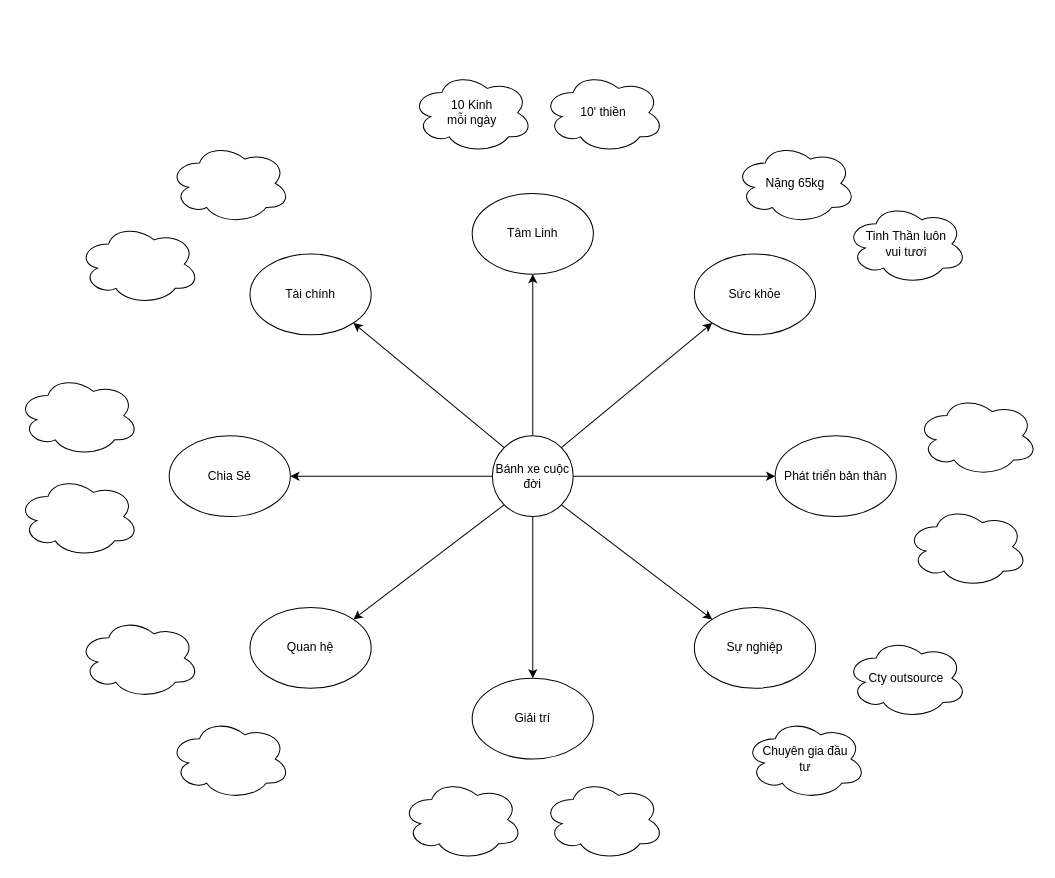
Above: page "Tổng quát" (1 of 2) of FlowOfLife.drawio in pinestran/transferfiles (draw.io), before the change. Source tidied: cells renumbered, new cells numbered last; positions are measured from the earlier drawing's top-left corner, leaving out a move shared by most shapes. Both pictures are drawn from the tidied source at 101%, with x=0, y=0 at pixel (17, 72).
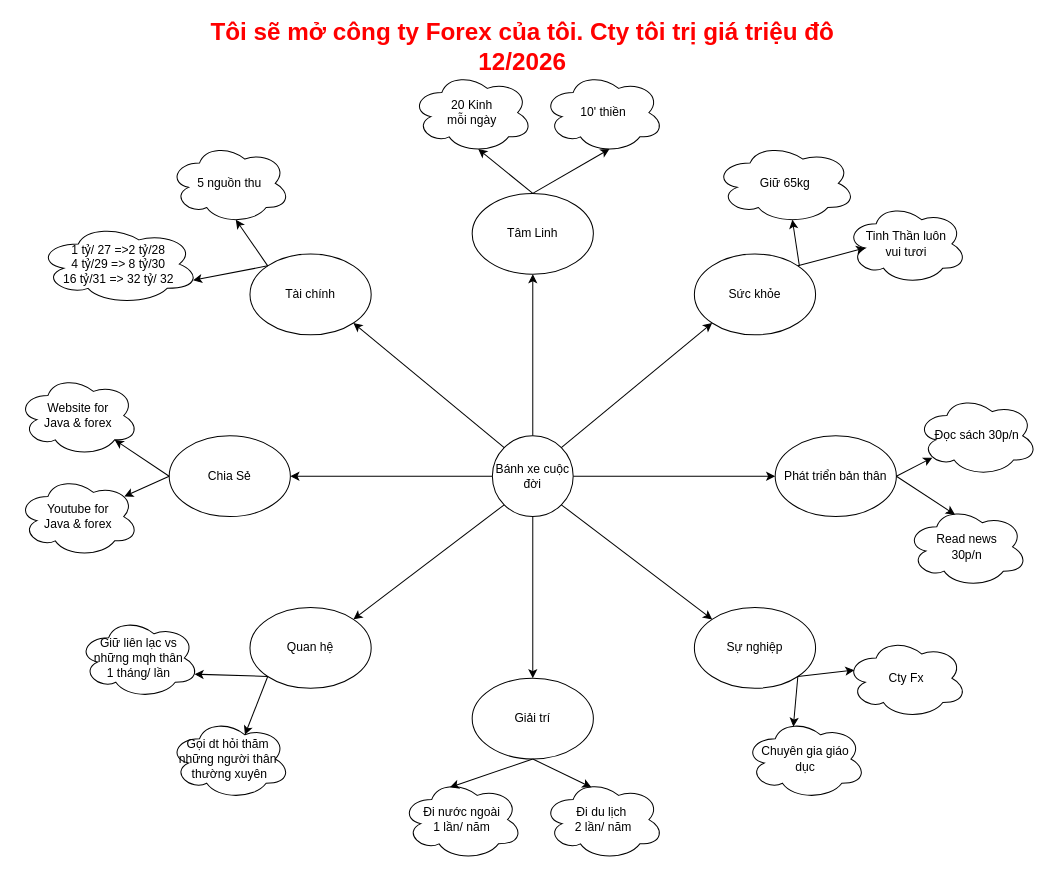
After the change.

The change refers to these unchanged cells:
```xml
<mxCell id="7" value="Phát triển bản thân" style="ellipse;whiteSpace=wrap;html=1;" parent="1" vertex="1">
  <mxGeometry x="750" y="360" width="120" height="80" as="geometry" />
</mxCell>
<mxCell id="8" value="Sức khỏe" style="ellipse;whiteSpace=wrap;html=1;" parent="1" vertex="1">
  <mxGeometry x="670" y="180" width="120" height="80" as="geometry" />
</mxCell>
<mxCell id="9" value="Tâm Linh" style="ellipse;whiteSpace=wrap;html=1;" parent="1" vertex="1">
  <mxGeometry x="450" y="120" width="120" height="80" as="geometry" />
</mxCell>
<mxCell id="10" value="Tài chính" style="ellipse;whiteSpace=wrap;html=1;" parent="1" vertex="1">
  <mxGeometry x="230" y="180" width="120" height="80" as="geometry" />
</mxCell>
<mxCell id="11" value="Chia Sẻ" style="ellipse;whiteSpace=wrap;html=1;" parent="1" vertex="1">
  <mxGeometry x="150" y="360" width="120" height="80" as="geometry" />
</mxCell>
<mxCell id="12" value="Quan hệ" style="ellipse;whiteSpace=wrap;html=1;" parent="1" vertex="1">
  <mxGeometry x="230" y="530" width="120" height="80" as="geometry" />
</mxCell>
<mxCell id="13" value="Giải trí" style="ellipse;whiteSpace=wrap;html=1;" parent="1" vertex="1">
  <mxGeometry x="450" y="600" width="120" height="80" as="geometry" />
</mxCell>
<mxCell id="14" value="Sự nghiệp" style="ellipse;whiteSpace=wrap;html=1;" parent="1" vertex="1">
  <mxGeometry x="670" y="530" width="120" height="80" as="geometry" />
</mxCell>
<mxCell id="20" value="10' thiền" style="ellipse;shape=cloud;whiteSpace=wrap;html=1;" parent="1" vertex="1">
  <mxGeometry x="520" width="120" height="80" as="geometry" />
</mxCell>
<mxCell id="21" value="Tinh Thần luôn&lt;br&gt;vui tươi" style="ellipse;shape=cloud;whiteSpace=wrap;html=1;" parent="1" vertex="1">
  <mxGeometry x="820" y="130" width="120" height="80" as="geometry" />
</mxCell>
```

What changed in the source:
```diff
@@
-    <mxCell id="19" value="10 Kinh &lt;br&gt;mỗi ngày" style="ellipse;shape=cloud;whiteSpace=wrap;html=1;" parent="1" vertex="1">
+    <mxCell id="19" value="20&amp;nbsp;Kinh &lt;br&gt;mỗi ngày" style="ellipse;shape=cloud;whiteSpace=wrap;html=1;" parent="1" vertex="1">
       <mxGeometry x="390" width="120" height="80" as="geometry" />
     </mxCell>
@@
-    <mxCell id="22" value="Nặng 65kg" style="ellipse;shape=cloud;whiteSpace=wrap;html=1;" parent="1" vertex="1">
-      <mxGeometry x="710" y="70" width="120" height="80" as="geometry" />
+    <mxCell id="22" value="Giữ 65kg" style="ellipse;shape=cloud;whiteSpace=wrap;html=1;" parent="1" vertex="1">
+      <mxGeometry x="690" y="70" width="140" height="80" as="geometry" />
     </mxCell>
-    <mxCell id="23" style="ellipse;shape=cloud;whiteSpace=wrap;html=1;" parent="1" vertex="1">
+    <mxCell id="23" value="Read news &lt;br&gt;30p/n" style="ellipse;shape=cloud;whiteSpace=wrap;html=1;" parent="1" vertex="1">
       <mxGeometry x="880" y="430" width="120" height="80" as="geometry" />
     </mxCell>
-    <mxCell id="24" style="ellipse;shape=cloud;whiteSpace=wrap;html=1;" parent="1" vertex="1">
+    <mxCell id="24" value="Đọc sách 30p/n&lt;br&gt;" style="ellipse;shape=cloud;whiteSpace=wrap;html=1;" parent="1" vertex="1">
       <mxGeometry x="890" y="320" width="120" height="80" as="geometry" />
     </mxCell>
-    <mxCell id="25" value="Chuyên gia đầu &lt;br&gt;tư" style="ellipse;shape=cloud;whiteSpace=wrap;html=1;" parent="1" vertex="1">
+    <mxCell id="25" value="Chuyên gia giáo &lt;br&gt;dục" style="ellipse;shape=cloud;whiteSpace=wrap;html=1;" parent="1" vertex="1">
       <mxGeometry x="720" y="640" width="120" height="80" as="geometry" />
     </mxCell>
-    <mxCell id="26" value="Cty outsource" style="ellipse;shape=cloud;whiteSpace=wrap;html=1;" parent="1" vertex="1">
+    <mxCell id="26" value="Cty Fx" style="ellipse;shape=cloud;whiteSpace=wrap;html=1;" parent="1" vertex="1">
       <mxGeometry x="820" y="560" width="120" height="80" as="geometry" />
     </mxCell>
-    <mxCell id="27" style="ellipse;shape=cloud;whiteSpace=wrap;html=1;" parent="1" vertex="1">
+    <mxCell id="27" value="Đi nước ngoài&lt;br&gt;1 lần/ năm" style="ellipse;shape=cloud;whiteSpace=wrap;html=1;" parent="1" vertex="1">
       <mxGeometry x="380" y="700" width="120" height="80" as="geometry" />
     </mxCell>
-    <mxCell id="28" style="ellipse;shape=cloud;whiteSpace=wrap;html=1;" parent="1" vertex="1">
+    <mxCell id="28" value="Đi du lịch&amp;nbsp;&lt;br&gt;2 lần/ năm" style="ellipse;shape=cloud;whiteSpace=wrap;html=1;" parent="1" vertex="1">
       <mxGeometry x="520" y="700" width="120" height="80" as="geometry" />
     </mxCell>
-    <mxCell id="29" style="ellipse;shape=cloud;whiteSpace=wrap;html=1;" parent="1" vertex="1">
+    <mxCell id="29" value="Giữ liên lạc vs&lt;br&gt;những mqh thân&lt;br&gt;1 tháng/ lần" style="ellipse;shape=cloud;whiteSpace=wrap;html=1;" parent="1" vertex="1">
       <mxGeometry x="60" y="540" width="120" height="80" as="geometry" />
     </mxCell>
-    <mxCell id="30" style="ellipse;shape=cloud;whiteSpace=wrap;html=1;" parent="1" vertex="1">
+    <mxCell id="30" value="Gọi dt hỏi thăm&amp;nbsp;&lt;br&gt;những người thân&amp;nbsp;&lt;br&gt;thường xuyên" style="ellipse;shape=cloud;whiteSpace=wrap;html=1;" parent="1" vertex="1">
       <mxGeometry x="150" y="640" width="120" height="80" as="geometry" />
     </mxCell>
-    <mxCell id="31" style="ellipse;shape=cloud;whiteSpace=wrap;html=1;" parent="1" vertex="1">
+    <mxCell id="31" value="Website for&lt;br&gt;Java &amp;amp; forex" style="ellipse;shape=cloud;whiteSpace=wrap;html=1;" parent="1" vertex="1">
       <mxGeometry y="300" width="120" height="80" as="geometry" />
     </mxCell>
-    <mxCell id="32" style="ellipse;shape=cloud;whiteSpace=wrap;html=1;" parent="1" vertex="1">
+    <mxCell id="32" value="Youtube for&lt;br&gt;Java &amp;amp; forex" style="ellipse;shape=cloud;whiteSpace=wrap;html=1;" parent="1" vertex="1">
       <mxGeometry y="400" width="120" height="80" as="geometry" />
     </mxCell>
-    <mxCell id="33" style="ellipse;shape=cloud;whiteSpace=wrap;html=1;" parent="1" vertex="1">
+    <mxCell id="33" value="5 nguồn thu" style="ellipse;shape=cloud;whiteSpace=wrap;html=1;" parent="1" vertex="1">
       <mxGeometry x="150" y="70" width="120" height="80" as="geometry" />
     </mxCell>
-    <mxCell id="34" style="ellipse;shape=cloud;whiteSpace=wrap;html=1;" parent="1" vertex="1">
-      <mxGeometry x="60" y="150" width="120" height="80" as="geometry" />
+    <mxCell id="34" value="1 tỷ/ 27 =&amp;gt;2 tỷ/28&lt;br&gt;4 tỷ/29 =&amp;gt; 8 tỷ/30&lt;br&gt;16 tỷ/31 =&amp;gt; 32 tỷ/ 32" style="ellipse;shape=cloud;whiteSpace=wrap;html=1;" parent="1" vertex="1">
+      <mxGeometry x="20" y="150" width="160" height="80" as="geometry" />
     </mxCell>
+    <mxCell id="35" value="&lt;b&gt;&lt;font style=&quot;font-size: 24px&quot; color=&quot;#ff0000&quot;&gt;Tôi sẽ mở công ty Forex của tôi. Cty tôi trị giá triệu đô&lt;br&gt;12/2026&lt;br&gt;&lt;/font&gt;&lt;/b&gt;" style="text;html=1;strokeColor=none;fillColor=none;align=center;verticalAlign=middle;whiteSpace=wrap;rounded=0;" parent="1" vertex="1">
+      <mxGeometry x="100" y="-40" width="800" height="30" as="geometry" />
+    </mxCell>
+    <mxCell id="36" style="endArrow=classic;html=1;rounded=0;fontSize=18;fontColor=#FF0000;exitX=0.5;exitY=0;exitDx=0;exitDy=0;entryX=0.55;entryY=0.95;entryDx=0;entryDy=0;entryPerimeter=0;" parent="1" edge="1" source="9" target="19">
+      <mxGeometry relative="1" as="geometry" />
+    </mxCell>
+    <mxCell id="37" style="endArrow=classic;html=1;rounded=0;fontSize=18;fontColor=#FF0000;exitX=0.5;exitY=0;exitDx=0;exitDy=0;entryX=0.55;entryY=0.95;entryDx=0;entryDy=0;entryPerimeter=0;" parent="1" edge="1" source="9" target="20">
+      <mxGeometry relative="1" as="geometry" />
+    </mxCell>
+    <mxCell id="38" style="endArrow=classic;html=1;rounded=0;fontSize=18;fontColor=#FF0000;exitX=0.5;exitY=0;exitDx=0;exitDy=0;entryX=0.55;entryY=0.95;entryDx=0;entryDy=0;entryPerimeter=0;" parent="1" edge="1" target="22">
+      <mxGeometry relative="1" as="geometry">
+        <mxPoint x="774" y="192" as="sourcePoint" />
+      </mxGeometry>
+    </mxCell>
+    <mxCell id="39" style="endArrow=classic;html=1;rounded=0;fontSize=18;fontColor=#FF0000;exitX=1;exitY=0;exitDx=0;exitDy=0;entryX=0.16;entryY=0.55;entryDx=0;entryDy=0;entryPerimeter=0;" parent="1" edge="1" source="8" target="21">
+      <mxGeometry relative="1" as="geometry" />
+    </mxCell>
+    <mxCell id="40" style="endArrow=classic;html=1;rounded=0;fontSize=18;fontColor=#FF0000;entryX=0.13;entryY=0.77;entryDx=0;entryDy=0;entryPerimeter=0;" parent="1" edge="1" target="24">
+      <mxGeometry relative="1" as="geometry">
+        <mxPoint x="870" y="400" as="sourcePoint" />
+      </mxGeometry>
+    </mxCell>
+    <mxCell id="41" style="endArrow=classic;html=1;rounded=0;fontSize=18;fontColor=#FF0000;entryX=0.4;entryY=0.1;entryDx=0;entryDy=0;entryPerimeter=0;exitX=1;exitY=0.5;exitDx=0;exitDy=0;" parent="1" edge="1" source="7" target="23">
+      <mxGeometry relative="1" as="geometry" />
+    </mxCell>
+    <mxCell id="42" style="endArrow=classic;html=1;rounded=0;fontSize=18;fontColor=#FF0000;exitX=1;exitY=1;exitDx=0;exitDy=0;entryX=0.07;entryY=0.4;entryDx=0;entryDy=0;entryPerimeter=0;" parent="1" edge="1" source="14" target="26">
+      <mxGeometry relative="1" as="geometry" />
+    </mxCell>
+    <mxCell id="43" style="endArrow=classic;html=1;rounded=0;fontSize=18;fontColor=#FF0000;entryX=0.4;entryY=0.1;entryDx=0;entryDy=0;entryPerimeter=0;exitX=1;exitY=1;exitDx=0;exitDy=0;" parent="1" edge="1" source="14" target="25">
+      <mxGeometry relative="1" as="geometry" />
+    </mxCell>
+    <mxCell id="44" style="endArrow=classic;html=1;rounded=0;fontSize=18;fontColor=#FF0000;entryX=0.4;entryY=0.1;entryDx=0;entryDy=0;entryPerimeter=0;exitX=0.5;exitY=1;exitDx=0;exitDy=0;" parent="1" edge="1" source="13" target="28">
+      <mxGeometry relative="1" as="geometry" />
+    </mxCell>
+    <mxCell id="45" style="endArrow=classic;html=1;rounded=0;fontSize=18;fontColor=#FF0000;entryX=0.4;entryY=0.1;entryDx=0;entryDy=0;entryPerimeter=0;exitX=0.5;exitY=1;exitDx=0;exitDy=0;" parent="1" edge="1" source="13" target="27">
+      <mxGeometry relative="1" as="geometry" />
+    </mxCell>
+    <mxCell id="46" style="endArrow=classic;html=1;rounded=0;fontSize=18;fontColor=#FF0000;exitX=0;exitY=1;exitDx=0;exitDy=0;entryX=0.625;entryY=0.2;entryDx=0;entryDy=0;entryPerimeter=0;" parent="1" edge="1" source="12" target="30">
+      <mxGeometry relative="1" as="geometry" />
+    </mxCell>
+    <mxCell id="47" style="endArrow=classic;html=1;rounded=0;fontSize=18;fontColor=#FF0000;exitX=0;exitY=1;exitDx=0;exitDy=0;entryX=0.96;entryY=0.7;entryDx=0;entryDy=0;entryPerimeter=0;" parent="1" edge="1" source="12" target="29">
+      <mxGeometry relative="1" as="geometry" />
+    </mxCell>
+    <mxCell id="48" style="endArrow=classic;html=1;rounded=0;fontSize=18;fontColor=#FF0000;exitX=0;exitY=0.5;exitDx=0;exitDy=0;entryX=0.88;entryY=0.25;entryDx=0;entryDy=0;entryPerimeter=0;" parent="1" edge="1" source="11" target="32">
+      <mxGeometry relative="1" as="geometry" />
+    </mxCell>
+    <mxCell id="49" style="endArrow=classic;html=1;rounded=0;fontSize=18;fontColor=#FF0000;exitX=0;exitY=0.5;exitDx=0;exitDy=0;entryX=0.8;entryY=0.8;entryDx=0;entryDy=0;entryPerimeter=0;" parent="1" edge="1" source="11" target="31">
+      <mxGeometry relative="1" as="geometry" />
+    </mxCell>
+    <mxCell id="50" style="endArrow=classic;html=1;rounded=0;fontSize=18;fontColor=#FF0000;exitX=0;exitY=0;exitDx=0;exitDy=0;entryX=0.96;entryY=0.7;entryDx=0;entryDy=0;entryPerimeter=0;" parent="1" edge="1" source="10" target="34">
+      <mxGeometry relative="1" as="geometry" />
+    </mxCell>
+    <mxCell id="51" style="endArrow=classic;html=1;rounded=0;fontSize=18;fontColor=#FF0000;exitX=0;exitY=0;exitDx=0;exitDy=0;entryX=0.55;entryY=0.95;entryDx=0;entryDy=0;entryPerimeter=0;" parent="1" edge="1" source="10" target="33">
+      <mxGeometry relative="1" as="geometry" />
+    </mxCell>
```
